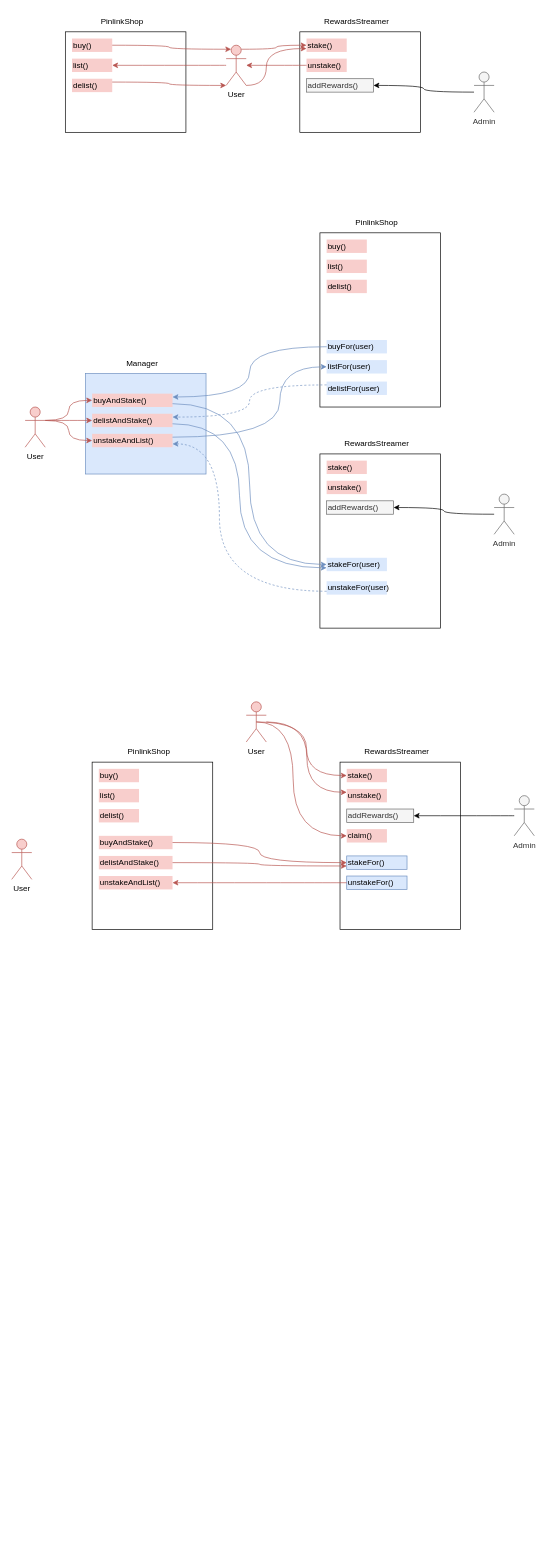
Earlier version of the draw.io diagram solo/pinlink/Untitled Diagram.drawio (JacoboLansac/audits). Source tidied: cells renumbered, new cells numbered last; positions are measured from the earlier drawing's top-left corner, leaving out a move shared by most shapes. Both pictures are drawn from the tidied source at 67%, with x=0, y=0 at pixel (11, 11).
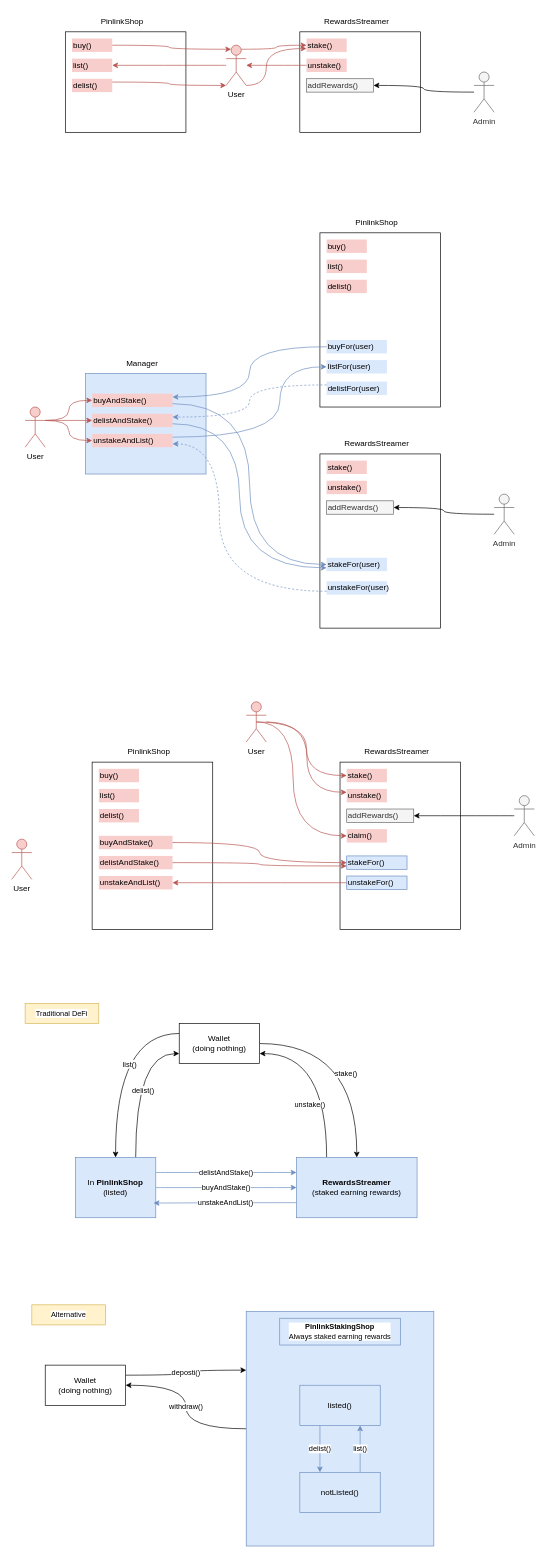
After the change.

Diff of the diagram source:
```diff
@@
+    <mxCell id="88" style="edgeStyle=orthogonalEdgeStyle;rounded=0;jettySize=auto;html=1;exitX=0;exitY=0.25;exitDx=0;exitDy=0;curved=1;" parent="1" edge="1" source="91" target="98">
+      <mxGeometry relative="1" as="geometry" />
+    </mxCell>
+    <mxCell id="89" value="list()" style="edgeLabel;html=1;align=center;verticalAlign=middle;fontFamily=Helvetica;fontSize=11;fontColor=default;labelBackgroundColor=default;" parent="88" vertex="1">
+      <mxGeometry x="-0.42" y="12" relative="1" as="geometry">
+        <mxPoint x="6" y="33" as="offset" />
+      </mxGeometry>
+    </mxCell>
+    <mxCell id="90" value="stake()" style="edgeStyle=orthogonalEdgeStyle;shape=connector;curved=1;rounded=0;jettySize=auto;html=1;exitX=1;exitY=0.5;exitDx=0;exitDy=0;entryX=0.5;entryY=0;entryDx=0;entryDy=0;strokeColor=default;align=center;verticalAlign=middle;fontFamily=Helvetica;fontSize=11;fontColor=default;labelBackgroundColor=default;endArrow=classic;" parent="1" edge="1" source="91" target="93">
+      <mxGeometry x="-0.18" y="-45" relative="1" as="geometry" />
+    </mxCell>
+    <mxCell id="91" value="Wallet&lt;div&gt;(doing nothing)&lt;/div&gt;" style="rounded=0;whiteSpace=wrap;html=1;" parent="1" vertex="1">
+      <mxGeometry x="250" y="1510" width="120" height="60" as="geometry" />
+    </mxCell>
+    <mxCell id="92" value="unstake()" style="edgeStyle=orthogonalEdgeStyle;shape=connector;curved=1;rounded=0;jettySize=auto;html=1;exitX=0.25;exitY=0;exitDx=0;exitDy=0;entryX=1;entryY=0.75;entryDx=0;entryDy=0;strokeColor=default;align=center;verticalAlign=middle;fontFamily=Helvetica;fontSize=11;fontColor=default;labelBackgroundColor=default;endArrow=classic;" parent="1" edge="1" source="93" target="91">
+      <mxGeometry x="-0.38" y="25" relative="1" as="geometry" />
+    </mxCell>
+    <mxCell id="93" value="&lt;b&gt;RewardsStreamer&lt;/b&gt;&lt;div&gt;(staked earning rewards)&lt;/div&gt;" style="rounded=0;whiteSpace=wrap;html=1;fillColor=#dae8fc;strokeColor=#6c8ebf;" parent="1" vertex="1">
+      <mxGeometry x="425" y="1710" width="180" height="90" as="geometry" />
+    </mxCell>
+    <mxCell id="94" style="edgeStyle=orthogonalEdgeStyle;shape=connector;curved=1;rounded=0;jettySize=auto;html=1;exitX=0.75;exitY=0;exitDx=0;exitDy=0;entryX=0;entryY=0.75;entryDx=0;entryDy=0;strokeColor=default;align=center;verticalAlign=middle;fontFamily=Helvetica;fontSize=11;fontColor=default;labelBackgroundColor=default;endArrow=classic;" parent="1" edge="1" source="98" target="91">
+      <mxGeometry relative="1" as="geometry" />
+    </mxCell>
+    <mxCell id="95" value="delist()" style="edgeLabel;html=1;align=center;verticalAlign=middle;fontFamily=Helvetica;fontSize=11;fontColor=default;labelBackgroundColor=default;" parent="94" vertex="1">
+      <mxGeometry x="0.3" y="-10" relative="1" as="geometry">
+        <mxPoint y="42" as="offset" />
+      </mxGeometry>
+    </mxCell>
+    <mxCell id="96" value="delistAndStake()" style="edgeStyle=orthogonalEdgeStyle;shape=connector;curved=1;rounded=0;jettySize=auto;html=1;exitX=1;exitY=0.25;exitDx=0;exitDy=0;entryX=0;entryY=0.25;entryDx=0;entryDy=0;strokeColor=#6c8ebf;align=center;verticalAlign=middle;fontFamily=Helvetica;fontSize=11;fontColor=default;labelBackgroundColor=default;endArrow=classic;fillColor=#dae8fc;" parent="1" edge="1" source="98" target="93">
+      <mxGeometry relative="1" as="geometry" />
+    </mxCell>
+    <mxCell id="97" value="buyAndStake()" style="edgeStyle=orthogonalEdgeStyle;shape=connector;curved=1;rounded=0;jettySize=auto;html=1;exitX=1;exitY=0.5;exitDx=0;exitDy=0;strokeColor=#6c8ebf;align=center;verticalAlign=middle;fontFamily=Helvetica;fontSize=11;fontColor=default;labelBackgroundColor=default;endArrow=classic;fillColor=#dae8fc;" parent="1" edge="1" source="98" target="93">
+      <mxGeometry relative="1" as="geometry" />
+    </mxCell>
+    <mxCell id="98" value="In &lt;b&gt;PinlinkShop&lt;/b&gt;&lt;div&gt;(listed)&lt;/div&gt;" style="rounded=0;whiteSpace=wrap;html=1;fillColor=#dae8fc;strokeColor=#6c8ebf;" parent="1" vertex="1">
+      <mxGeometry x="95" y="1710" width="120" height="90" as="geometry" />
+    </mxCell>
+    <mxCell id="99" value="unstakeAndList()" style="edgeStyle=orthogonalEdgeStyle;shape=connector;curved=1;rounded=0;jettySize=auto;html=1;exitX=0;exitY=0.75;exitDx=0;exitDy=0;entryX=0.973;entryY=0.757;entryDx=0;entryDy=0;entryPerimeter=0;strokeColor=#6c8ebf;align=center;verticalAlign=middle;fontFamily=Helvetica;fontSize=11;fontColor=default;labelBackgroundColor=default;endArrow=classic;fillColor=#dae8fc;" parent="1" edge="1" source="93" target="98">
+      <mxGeometry relative="1" as="geometry" />
+    </mxCell>
+    <mxCell id="100" value="withdraw()" style="edgeStyle=orthogonalEdgeStyle;shape=connector;curved=1;rounded=0;jettySize=auto;html=1;exitX=0;exitY=0.5;exitDx=0;exitDy=0;entryX=1;entryY=0.5;entryDx=0;entryDy=0;strokeColor=default;align=center;verticalAlign=middle;fontFamily=Helvetica;fontSize=11;fontColor=default;labelBackgroundColor=default;endArrow=classic;" parent="1" edge="1" source="101" target="103">
+      <mxGeometry relative="1" as="geometry" />
+    </mxCell>
+    <mxCell id="101" style="rounded=0;whiteSpace=wrap;html=1;fillColor=#dae8fc;strokeColor=#6c8ebf;" parent="1" vertex="1">
+      <mxGeometry x="350" y="1940" width="280" height="350" as="geometry" />
+    </mxCell>
+    <mxCell id="102" value="deposti()" style="edgeStyle=orthogonalEdgeStyle;shape=connector;curved=1;rounded=0;jettySize=auto;html=1;exitX=1;exitY=0.25;exitDx=0;exitDy=0;entryX=0;entryY=0.25;entryDx=0;entryDy=0;strokeColor=default;align=center;verticalAlign=middle;fontFamily=Helvetica;fontSize=11;fontColor=default;labelBackgroundColor=default;endArrow=classic;" parent="1" edge="1" source="103" target="101">
+      <mxGeometry relative="1" as="geometry" />
+    </mxCell>
+    <mxCell id="103" value="Wallet&lt;div&gt;(doing nothing)&lt;/div&gt;" style="rounded=0;whiteSpace=wrap;html=1;" parent="1" vertex="1">
+      <mxGeometry x="50" y="2020" width="120" height="60" as="geometry" />
+    </mxCell>
+    <mxCell id="104" value="delist()" style="edgeStyle=orthogonalEdgeStyle;shape=connector;curved=1;rounded=0;jettySize=auto;html=1;exitX=0.25;exitY=1;exitDx=0;exitDy=0;entryX=0.25;entryY=0;entryDx=0;entryDy=0;strokeColor=#6c8ebf;align=center;verticalAlign=middle;fontFamily=Helvetica;fontSize=11;fontColor=default;labelBackgroundColor=default;endArrow=classic;fillColor=#dae8fc;" parent="1" edge="1" source="105" target="107">
+      <mxGeometry relative="1" as="geometry" />
+    </mxCell>
+    <mxCell id="105" value="listed()" style="rounded=0;whiteSpace=wrap;html=1;fillColor=#dae8fc;strokeColor=#6c8ebf;" parent="1" vertex="1">
+      <mxGeometry x="430" y="2050" width="120" height="60" as="geometry" />
+    </mxCell>
+    <mxCell id="106" value="list()" style="edgeStyle=orthogonalEdgeStyle;shape=connector;curved=1;rounded=0;jettySize=auto;html=1;exitX=0.75;exitY=0;exitDx=0;exitDy=0;entryX=0.75;entryY=1;entryDx=0;entryDy=0;strokeColor=#6c8ebf;align=center;verticalAlign=middle;fontFamily=Helvetica;fontSize=11;fontColor=default;labelBackgroundColor=default;endArrow=classic;fillColor=#dae8fc;" parent="1" edge="1" source="107" target="105">
+      <mxGeometry relative="1" as="geometry" />
+    </mxCell>
+    <mxCell id="107" value="notListed()" style="rounded=0;whiteSpace=wrap;html=1;fillColor=#dae8fc;strokeColor=#6c8ebf;" parent="1" vertex="1">
+      <mxGeometry x="430" y="2180" width="120" height="60" as="geometry" />
+    </mxCell>
+    <mxCell id="108" value="&lt;b&gt;PinlinkStakingShop&lt;/b&gt;&lt;div&gt;Always staked earning rewards&lt;/div&gt;" style="text;html=1;align=center;verticalAlign=middle;whiteSpace=wrap;rounded=0;fontFamily=Helvetica;fontSize=11;labelBackgroundColor=default;strokeColor=#6c8ebf;fillColor=#dae8fc;" parent="1" vertex="1">
+      <mxGeometry x="400" y="1950" width="180" height="40" as="geometry" />
+    </mxCell>
+    <mxCell id="109" value="Traditional DeFi" style="text;html=1;align=center;verticalAlign=middle;whiteSpace=wrap;rounded=0;fontFamily=Helvetica;fontSize=11;labelBackgroundColor=default;fillColor=#fff2cc;strokeColor=#d6b656;" parent="1" vertex="1">
+      <mxGeometry x="20" y="1480" width="110" height="30" as="geometry" />
+    </mxCell>
+    <mxCell id="110" value="Alternative" style="text;html=1;align=center;verticalAlign=middle;whiteSpace=wrap;rounded=0;fontFamily=Helvetica;fontSize=11;labelBackgroundColor=default;fillColor=#fff2cc;strokeColor=#d6b656;" parent="1" vertex="1">
+      <mxGeometry x="30" y="1930" width="110" height="30" as="geometry" />
+    </mxCell>
```
